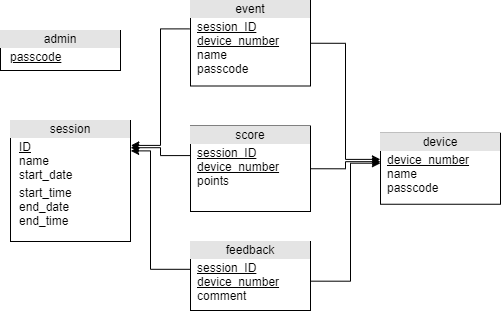
This is Relational Diagram.png from maiandrew23/LockBox, a draw.io export, as it was before one commit. Source tidied: cells renumbered, new cells last; positions are measured from the earlier drawing's top-left corner, leaving out a move shared by most shapes.
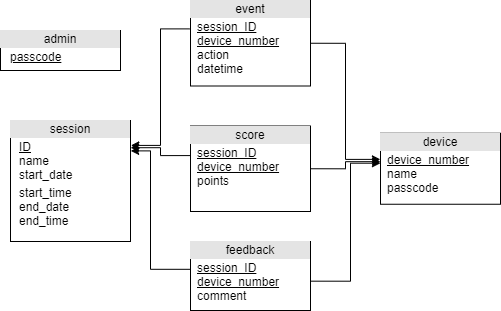
The same file after the commit.

Commit message:
Fixed event attributes, see #22

Change to the diagram source:
```diff
@@ -17,7 +17,7 @@
     <mxCell id="6" style="edgeStyle=orthogonalEdgeStyle;rounded=0;jettySize=auto;html=1;exitX=1;exitY=0.5;exitDx=0;exitDy=0;entryX=-0.001;entryY=0.368;entryDx=0;entryDy=0;entryPerimeter=0;" parent="1" edge="1" source="7" target="3">
       <mxGeometry relative="1" as="geometry" />
     </mxCell>
-    <mxCell id="7" value="&lt;div style=&quot;text-align: center ; box-sizing: border-box ; width: 100% ; background: rgb(228 , 228 , 228) ; padding: 2px&quot;&gt;event&lt;/div&gt;&lt;table style=&quot;width: 100% ; font-size: 1em&quot; cellpadding=&quot;2&quot; cellspacing=&quot;0&quot;&gt;&lt;tbody&gt;&lt;tr&gt;&lt;td&gt;&lt;br&gt;&lt;/td&gt;&lt;td&gt;&lt;u&gt;session_ID&lt;br&gt;device_number&lt;br&gt;&lt;/u&gt;name&lt;br&gt;passcode&lt;/td&gt;&lt;/tr&gt;&lt;tr&gt;&lt;td&gt;&lt;br&gt;&lt;/td&gt;&lt;td&gt;&lt;br&gt;&lt;/td&gt;&lt;/tr&gt;&lt;tr&gt;&lt;td&gt;&lt;/td&gt;&lt;td&gt;&lt;br&gt;&lt;/td&gt;&lt;/tr&gt;&lt;/tbody&gt;&lt;/table&gt;" style="verticalAlign=top;align=left;overflow=fill;html=1;" parent="1" vertex="1">
+    <mxCell id="7" value="&lt;div style=&quot;text-align: center ; box-sizing: border-box ; width: 100% ; background: rgb(228 , 228 , 228) ; padding: 2px&quot;&gt;event&lt;/div&gt;&lt;table style=&quot;width: 100% ; font-size: 1em&quot; cellpadding=&quot;2&quot; cellspacing=&quot;0&quot;&gt;&lt;tbody&gt;&lt;tr&gt;&lt;td&gt;&lt;br&gt;&lt;/td&gt;&lt;td&gt;&lt;u&gt;session_ID&lt;br&gt;device_number&lt;br&gt;&lt;/u&gt;action&lt;br&gt;datetime&lt;br&gt;&lt;br&gt;&lt;/td&gt;&lt;/tr&gt;&lt;tr&gt;&lt;td&gt;&lt;br&gt;&lt;/td&gt;&lt;td&gt;&lt;br&gt;&lt;/td&gt;&lt;/tr&gt;&lt;tr&gt;&lt;td&gt;&lt;/td&gt;&lt;td&gt;&lt;br&gt;&lt;/td&gt;&lt;/tr&gt;&lt;/tbody&gt;&lt;/table&gt;" style="verticalAlign=top;align=left;overflow=fill;html=1;" parent="1" vertex="1">
       <mxGeometry x="190" width="120" height="85.5" as="geometry" />
     </mxCell>
     <mxCell id="8" style="edgeStyle=orthogonalEdgeStyle;rounded=0;jettySize=auto;html=1;exitX=0.008;exitY=0.346;exitDx=0;exitDy=0;exitPerimeter=0;entryX=1.001;entryY=0.225;entryDx=0;entryDy=0;entryPerimeter=0;" parent="1" edge="1" source="10" target="2">
```
